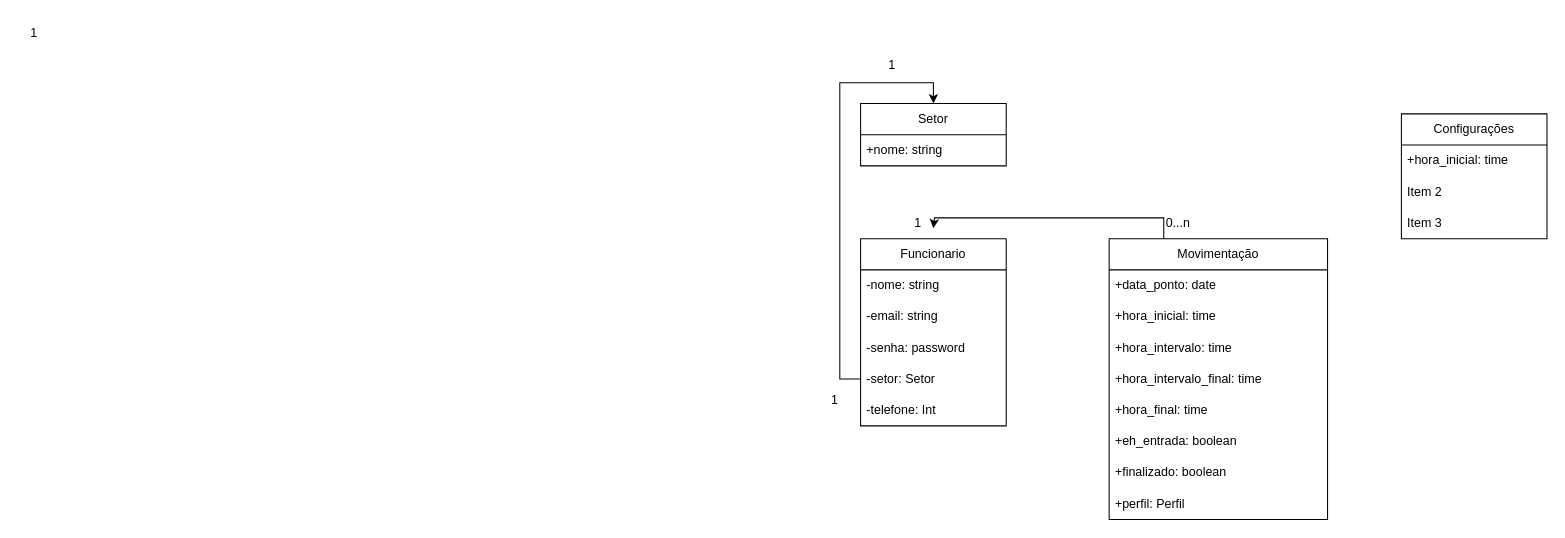
Above: Diagrama sem nome.drawio in eduardogazolla/projeto-integrador (draw.io), before the change. Source tidied: cells renumbered, new cells numbered last; positions are measured from the earlier drawing's top-left corner, leaving out a move shared by most shapes. Both pictures are drawn from the tidied source at 104%, with x=0, y=0 at pixel (18, 18).
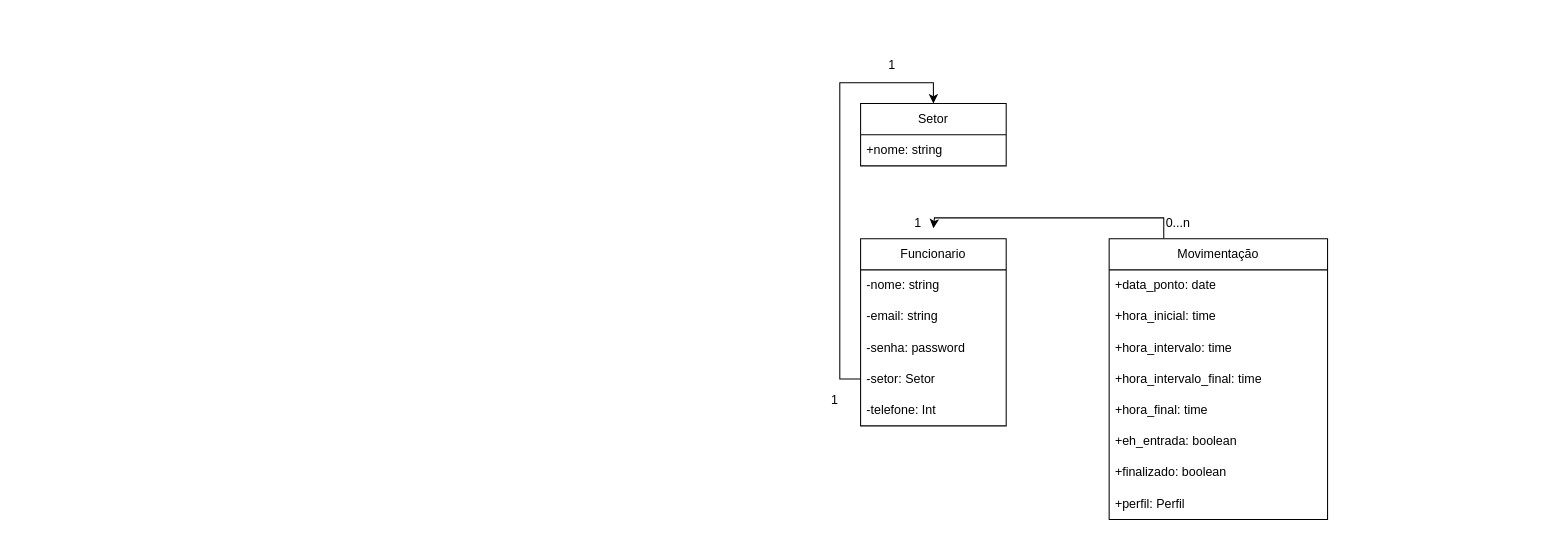
Above is the later version.

What changed in the source:
```diff
@@
-    <mxCell id="21" value="Configurações" style="swimlane;fontStyle=0;horizontal=1;startSize=30;whiteSpace=wrap;html=1;" parent="1" vertex="1">
-      <mxGeometry x="1330" y="92" width="140" height="120" as="geometry" />
-    </mxCell>
-    <mxCell id="22" value="+hora_inicial: time" style="text;strokeColor=none;fillColor=none;align=left;verticalAlign=middle;spacingLeft=4;spacingRight=4;overflow=hidden;whiteSpace=wrap;html=1;" parent="21" vertex="1">
-      <mxGeometry y="30" width="140" height="30" as="geometry" />
-    </mxCell>
-    <mxCell id="23" value="Item 2" style="text;strokeColor=none;fillColor=none;align=left;verticalAlign=middle;spacingLeft=4;spacingRight=4;overflow=hidden;whiteSpace=wrap;html=1;" parent="21" vertex="1">
-      <mxGeometry y="60" width="140" height="30" as="geometry" />
-    </mxCell>
-    <mxCell id="24" value="Item 3" style="text;strokeColor=none;fillColor=none;align=left;verticalAlign=middle;spacingLeft=4;spacingRight=4;overflow=hidden;whiteSpace=wrap;html=1;" parent="21" vertex="1">
-      <mxGeometry y="90" width="140" height="30" as="geometry" />
-    </mxCell>
@@
-    <mxCell id="28" value="1" style="text;html=1;align=center;verticalAlign=middle;strokeColor=none;fillColor=none;" parent="1" vertex="1">
-      <mxGeometry width="30" height="30" as="geometry" />
-    </mxCell>
```
